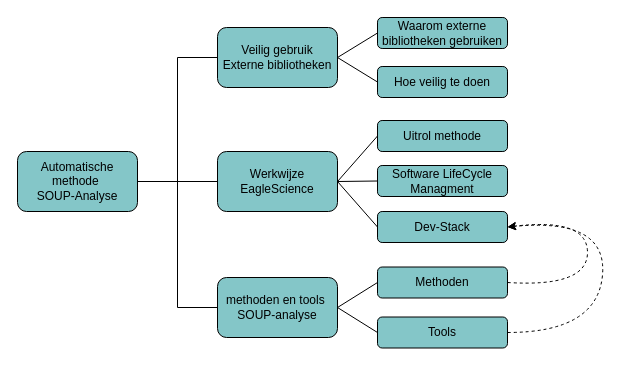
Above: page "Conceptueel Model" (4 of 21) of gfx/verslag graphix.drawio in codefink2020/afstudeerverslag (draw.io), before the change. Source tidied: cells renumbered, new cells numbered last; positions are measured from the earlier drawing's top-left corner, leaving out a move shared by most shapes. Both pictures are drawn from the tidied source at 100%, with x=0, y=0 at pixel (17, 17).
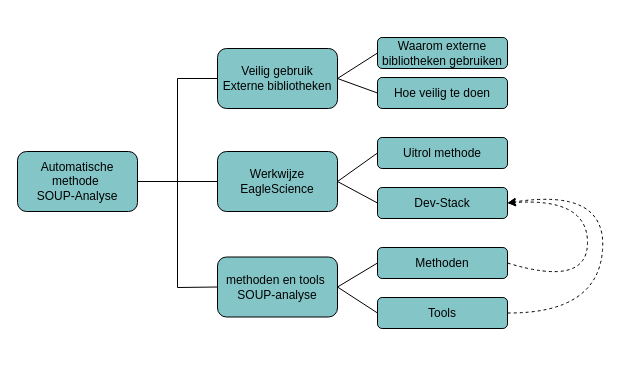
The same diagram, later.

The change refers to these unchanged cells:
```xml
<mxCell id="2" value="Automatische methode&amp;nbsp;&lt;br&gt;SOUP-Analyse" style="rounded=1;whiteSpace=wrap;html=1;fillColor=#84C6C8;" parent="1" vertex="1">
  <mxGeometry y="134" width="120" height="60" as="geometry" />
</mxCell>
<mxCell id="3" value="Werkwijze&lt;br&gt;EagleScience" style="rounded=1;whiteSpace=wrap;html=1;fillColor=#84C6C8;" parent="1" vertex="1">
  <mxGeometry x="200" y="134" width="120" height="60" as="geometry" />
</mxCell>
```

Change to the diagram source:
```diff
@@
     <mxCell id="4" value="Veilig gebruik&lt;br&gt;Externe bibliotheken" style="rounded=1;whiteSpace=wrap;html=1;fillColor=#84C6C8;" parent="1" vertex="1">
-      <mxGeometry x="200" y="10" width="120" height="60" as="geometry" />
+      <mxGeometry x="200" y="31" width="120" height="60" as="geometry" />
     </mxCell>
     <mxCell id="5" value="methoden en tools&amp;nbsp;&lt;br&gt;SOUP-analyse" style="rounded=1;whiteSpace=wrap;html=1;fillColor=#84C6C8;" parent="1" vertex="1">
-      <mxGeometry x="200" y="260" width="120" height="60" as="geometry" />
+      <mxGeometry x="200" y="239.5" width="120" height="60" as="geometry" />
     </mxCell>
@@
     <mxCell id="7" style="endArrow=none;html=1;rounded=0;exitX=1;exitY=0.5;exitDx=0;exitDy=0;entryX=0;entryY=0.5;entryDx=0;entryDy=0;" parent="1" edge="1" source="2" target="4">
       <mxGeometry relative="1" as="geometry">
         <Array as="points">
           <mxPoint x="160" y="164" />
-          <mxPoint x="160" y="40" />
+          <mxPoint x="160" y="61" />
         </Array>
       </mxGeometry>
     </mxCell>
     <mxCell id="8" style="endArrow=none;html=1;rounded=0;exitX=1;exitY=0.5;exitDx=0;exitDy=0;entryX=0;entryY=0.5;entryDx=0;entryDy=0;" parent="1" edge="1" source="2" target="5">
       <mxGeometry relative="1" as="geometry">
         <Array as="points">
           <mxPoint x="160" y="164" />
-          <mxPoint x="160" y="290" />
+          <mxPoint x="160" y="270" />
         </Array>
       </mxGeometry>
     </mxCell>
     <mxCell id="9" value="Methoden" style="rounded=1;whiteSpace=wrap;html=1;fillColor=#84C6C8;" parent="1" vertex="1">
-      <mxGeometry x="360" y="249.5" width="130" height="31" as="geometry" />
+      <mxGeometry x="360" y="230" width="130" height="31" as="geometry" />
     </mxCell>
     <mxCell id="10" value="Tools" style="rounded=1;whiteSpace=wrap;html=1;fillColor=#84C6C8;" parent="1" vertex="1">
-      <mxGeometry x="360" y="299.5" width="130" height="31" as="geometry" />
+      <mxGeometry x="360" y="280" width="130" height="31" as="geometry" />
     </mxCell>
     <mxCell id="11" value="Dev-Stack" style="rounded=1;whiteSpace=wrap;html=1;fillColor=#84C6C8;" parent="1" vertex="1">
-      <mxGeometry x="360" y="194" width="130" height="31" as="geometry" />
+      <mxGeometry x="360" y="170" width="130" height="31" as="geometry" />
     </mxCell>
@@
     <mxCell id="14" value="Uitrol methode" style="rounded=1;whiteSpace=wrap;html=1;fillColor=#84C6C8;" parent="1" vertex="1">
-      <mxGeometry x="360" y="103" width="130" height="31" as="geometry" />
+      <mxGeometry x="360" y="120" width="130" height="31" as="geometry" />
     </mxCell>
-    <mxCell id="15" value="Software LifeCycle&lt;br&gt;Managment" style="rounded=1;whiteSpace=wrap;html=1;fillColor=#84C6C8;" parent="1" vertex="1">
-      <mxGeometry x="360" y="148" width="130" height="31" as="geometry" />
-    </mxCell>
-    <mxCell id="16" style="endArrow=none;html=1;rounded=0;exitX=1;exitY=0.5;exitDx=0;exitDy=0;entryX=0;entryY=0.5;entryDx=0;entryDy=0;" parent="1" edge="1" source="3" target="15">
-      <mxGeometry relative="1" as="geometry" />
-    </mxCell>
@@
     <mxCell id="19" value="Waarom externe bibliotheken gebruiken" style="rounded=1;whiteSpace=wrap;html=1;fillColor=#84C6C8;" parent="1" vertex="1">
-      <mxGeometry x="360" width="130" height="31" as="geometry" />
+      <mxGeometry x="360" y="20" width="130" height="31" as="geometry" />
     </mxCell>
     <mxCell id="20" value="Hoe veilig te doen" style="rounded=1;whiteSpace=wrap;html=1;fillColor=#84C6C8;" parent="1" vertex="1">
-      <mxGeometry x="360" y="49" width="130" height="31" as="geometry" />
+      <mxGeometry x="360" y="60" width="130" height="31" as="geometry" />
     </mxCell>
@@
     <mxCell id="23" style="curved=1;endArrow=classic;html=1;rounded=0;exitX=1;exitY=0.5;exitDx=0;exitDy=0;entryX=1;entryY=0.5;entryDx=0;entryDy=0;dashed=1;" parent="1" edge="1" source="10" target="11">
       <mxGeometry relative="1" as="geometry">
         <Array as="points">
-          <mxPoint x="580" y="315" />
-          <mxPoint x="590" y="200" />
+          <mxPoint x="580" y="296" />
+          <mxPoint x="590" y="170" />
         </Array>
       </mxGeometry>
     </mxCell>
     <mxCell id="24" style="curved=1;endArrow=classic;html=1;rounded=0;exitX=1;exitY=0.5;exitDx=0;exitDy=0;entryX=1;entryY=0.5;entryDx=0;entryDy=0;dashed=1;" parent="1" edge="1" source="9" target="11">
       <mxGeometry relative="1" as="geometry">
         <Array as="points">
           <mxPoint x="570" y="270" />
-          <mxPoint x="570" y="200" />
+          <mxPoint x="570" y="180" />
         </Array>
       </mxGeometry>
     </mxCell>
```
